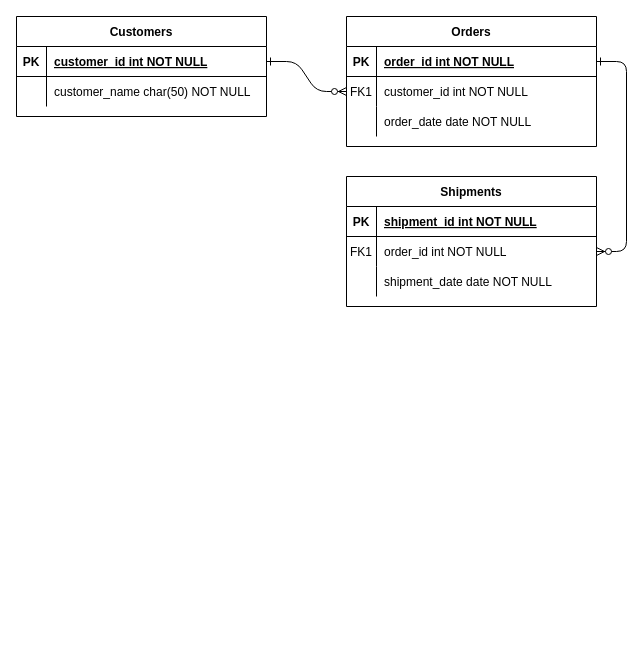
Earlier version of the draw.io diagram document/project-board-erd.drawio (CBNU-parasite/-). Source tidied: cells renumbered, new cells numbered last; positions are measured from the earlier drawing's top-left corner, leaving out a move shared by most shapes. Both pictures are drawn from the tidied source at 100%, with x=0, y=0 at pixel (16, 16).
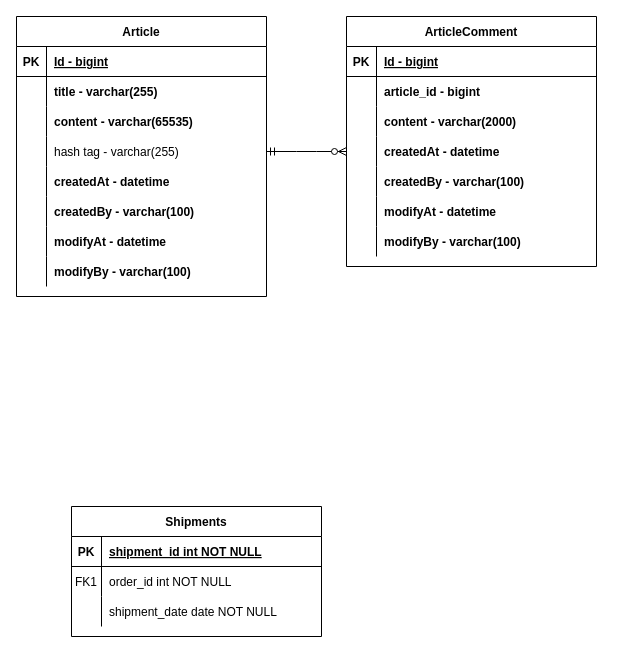
After the change.

Commit message:
complete board project erd

The change refers to these unchanged cells:
```xml
<mxCell id="18" style="shape=partialRectangle;fillColor=none;points=[[0,0.5],[1,0.5]];portConstraint=eastwest;top=0;left=0;right=0;bottom=0;" parent="14" vertex="1">
  <mxGeometry y="60" width="250" height="30" as="geometry" />
</mxCell>
<mxCell id="25" style="shape=partialRectangle;fillColor=none;points=[[0,0.5],[1,0.5]];portConstraint=eastwest;top=0;left=0;right=0;bottom=1;" parent="24" vertex="1">
  <mxGeometry y="30" width="250" height="30" as="geometry" />
</mxCell>
<mxCell id="28" style="shape=partialRectangle;fillColor=none;top=0;left=0;right=0;bottom=0;" parent="24" vertex="1">
  <mxGeometry y="60" width="250" height="30" as="geometry" />
</mxCell>
```

What changed in the source:
```diff
@@
-    <mxCell id="2" style="edgeStyle=entityRelationEdgeStyle;endArrow=ERzeroToMany;startArrow=ERone;endFill=1;startFill=0;" parent="1" edge="1" source="25" target="8">
-      <mxGeometry relative="1" as="geometry" />
-    </mxCell>
-    <mxCell id="3" style="edgeStyle=entityRelationEdgeStyle;endArrow=ERzeroToMany;startArrow=ERone;endFill=1;startFill=0;" parent="1" edge="1" source="5" target="18">
-      <mxGeometry relative="1" as="geometry" />
-    </mxCell>
-    <mxCell id="4" value="Orders" style="shape=table;startSize=30;childLayout=tableLayout;rowLines=0;fontStyle=1;align=center;" parent="1" vertex="1">
-      <mxGeometry x="330" width="250" height="130" as="geometry" />
-    </mxCell>
-    <mxCell id="5" style="shape=partialRectangle;fillColor=none;points=[[0,0.5],[1,0.5]];portConstraint=eastwest;top=0;left=0;right=0;bottom=1;" parent="4" vertex="1">
-      <mxGeometry y="30" width="250" height="30" as="geometry" />
-    </mxCell>
-    <mxCell id="6" value="PK" style="shape=partialRectangle;overflow=hidden;fillColor=none;top=0;left=0;bottom=0;right=0;fontStyle=1;" parent="5" vertex="1">
-      <mxGeometry width="30" height="30" as="geometry" />
-    </mxCell>
-    <mxCell id="7" value="order_id int NOT NULL " style="shape=partialRectangle;overflow=hidden;fillColor=none;top=0;left=0;bottom=0;right=0;align=left;spacingLeft=6;fontStyle=5;" parent="5" vertex="1">
-      <mxGeometry x="30" width="220" height="30" as="geometry" />
-    </mxCell>
-    <mxCell id="8" style="shape=partialRectangle;fillColor=none;points=[[0,0.5],[1,0.5]];portConstraint=eastwest;top=0;left=0;right=0;bottom=0;" parent="4" vertex="1">
-      <mxGeometry y="60" width="250" height="30" as="geometry" />
-    </mxCell>
-    <mxCell id="9" value="FK1" style="shape=partialRectangle;overflow=hidden;fillColor=none;top=0;left=0;bottom=0;right=0;" parent="8" vertex="1">
-      <mxGeometry width="30" height="30" as="geometry" />
-    </mxCell>
-    <mxCell id="10" value="customer_id int NOT NULL" style="shape=partialRectangle;overflow=hidden;fillColor=none;top=0;left=0;bottom=0;right=0;align=left;spacingLeft=6;" parent="8" vertex="1">
-      <mxGeometry x="30" width="220" height="30" as="geometry" />
-    </mxCell>
-    <mxCell id="11" style="shape=partialRectangle;fillColor=none;top=0;left=0;right=0;bottom=0;" parent="4" vertex="1">
-      <mxGeometry y="90" width="250" height="30" as="geometry" />
-    </mxCell>
-    <mxCell id="12" style="shape=partialRectangle;overflow=hidden;fillColor=none;top=0;left=0;bottom=0;right=0;" parent="11" vertex="1">
-      <mxGeometry width="30" height="30" as="geometry" />
-    </mxCell>
-    <mxCell id="13" value="order_date date NOT NULL" style="shape=partialRectangle;overflow=hidden;fillColor=none;top=0;left=0;bottom=0;right=0;align=left;spacingLeft=6;" parent="11" vertex="1">
-      <mxGeometry x="30" width="220" height="30" as="geometry" />
-    </mxCell>
     <mxCell id="14" value="Shipments" style="shape=table;startSize=30;childLayout=tableLayout;rowLines=0;fontStyle=1;align=center;" parent="1" vertex="1">
-      <mxGeometry x="330" y="160" width="250" height="130" as="geometry" />
+      <mxGeometry x="55" y="490" width="250" height="130" as="geometry" />
     </mxCell>
@@
-    <mxCell id="24" value="Customers" style="shape=table;startSize=30;childLayout=tableLayout;rowLines=0;fontStyle=1;align=center;" parent="1" vertex="1">
-      <mxGeometry width="250" height="100" as="geometry" />
+    <mxCell id="24" value="Article" style="shape=table;startSize=30;childLayout=tableLayout;rowLines=0;fontStyle=1;align=center;" parent="1" vertex="1">
+      <mxGeometry width="250" height="280" as="geometry" />
     </mxCell>
@@
-    <mxCell id="27" value="customer_id int NOT NULL " style="shape=partialRectangle;overflow=hidden;fillColor=none;top=0;left=0;bottom=0;right=0;align=left;spacingLeft=6;fontStyle=5;" parent="25" vertex="1">
+    <mxCell id="27" value="Id - bigint" style="shape=partialRectangle;overflow=hidden;fillColor=none;top=0;left=0;bottom=0;right=0;align=left;spacingLeft=6;fontStyle=5;" parent="25" vertex="1">
       <mxGeometry x="30" width="220" height="30" as="geometry" />
     </mxCell>
@@
-    <mxCell id="30" value="customer_name char(50) NOT NULL" style="shape=partialRectangle;overflow=hidden;fillColor=none;top=0;left=0;bottom=0;right=0;align=left;spacingLeft=6;" parent="28" vertex="1">
+    <mxCell id="30" value="title - varchar(255)" style="shape=partialRectangle;overflow=hidden;fillColor=none;top=0;left=0;bottom=0;right=0;align=left;spacingLeft=6;fontStyle=1;" parent="28" vertex="1">
       <mxGeometry x="30" width="220" height="30" as="geometry" />
     </mxCell>
+    <mxCell id="31" style="shape=partialRectangle;fillColor=none;top=0;left=0;right=0;bottom=0;" parent="24" vertex="1">
+      <mxGeometry y="90" width="250" height="30" as="geometry" />
+    </mxCell>
+    <mxCell id="32" style="shape=partialRectangle;overflow=hidden;fillColor=none;top=0;left=0;bottom=0;right=0;" parent="31" vertex="1">
+      <mxGeometry width="30" height="30" as="geometry" />
+    </mxCell>
+    <mxCell id="33" value="content - varchar(65535)" style="shape=partialRectangle;overflow=hidden;fillColor=none;top=0;left=0;bottom=0;right=0;align=left;spacingLeft=6;fontStyle=1;" parent="31" vertex="1">
+      <mxGeometry x="30" width="220" height="30" as="geometry" />
+    </mxCell>
+    <mxCell id="34" style="shape=partialRectangle;fillColor=none;points=[[0,0.5],[1,0.5]];portConstraint=eastwest;top=0;left=0;right=0;bottom=0;" parent="24" vertex="1">
+      <mxGeometry y="120" width="250" height="30" as="geometry" />
+    </mxCell>
+    <mxCell id="35" style="shape=partialRectangle;overflow=hidden;fillColor=none;top=0;left=0;bottom=0;right=0;" parent="34" vertex="1">
+      <mxGeometry width="30" height="30" as="geometry" />
+    </mxCell>
+    <mxCell id="36" value="hash tag - varchar(255)" style="shape=partialRectangle;overflow=hidden;fillColor=none;top=0;left=0;bottom=0;right=0;align=left;spacingLeft=6;" parent="34" vertex="1">
+      <mxGeometry x="30" width="220" height="30" as="geometry" />
+    </mxCell>
+    <mxCell id="37" style="shape=partialRectangle;fillColor=none;top=0;left=0;right=0;bottom=0;" parent="24" vertex="1">
+      <mxGeometry y="150" width="250" height="30" as="geometry" />
+    </mxCell>
+    <mxCell id="38" style="shape=partialRectangle;overflow=hidden;fillColor=none;top=0;left=0;bottom=0;right=0;" parent="37" vertex="1">
+      <mxGeometry width="30" height="30" as="geometry" />
+    </mxCell>
+    <mxCell id="39" value="createdAt - datetime" style="shape=partialRectangle;overflow=hidden;fillColor=none;top=0;left=0;bottom=0;right=0;align=left;spacingLeft=6;fontStyle=1;" parent="37" vertex="1">
+      <mxGeometry x="30" width="220" height="30" as="geometry" />
+    </mxCell>
+    <mxCell id="40" style="shape=partialRectangle;fillColor=none;top=0;left=0;right=0;bottom=0;" parent="24" vertex="1">
+      <mxGeometry y="180" width="250" height="30" as="geometry" />
+    </mxCell>
+    <mxCell id="41" style="shape=partialRectangle;overflow=hidden;fillColor=none;top=0;left=0;bottom=0;right=0;" parent="40" vertex="1">
+      <mxGeometry width="30" height="30" as="geometry" />
+    </mxCell>
+    <mxCell id="42" value="createdBy - varchar(100)" style="shape=partialRectangle;overflow=hidden;fillColor=none;top=0;left=0;bottom=0;right=0;align=left;spacingLeft=6;fontStyle=1;" parent="40" vertex="1">
+      <mxGeometry x="30" width="220" height="30" as="geometry" />
+    </mxCell>
+    <mxCell id="43" style="shape=partialRectangle;fillColor=none;top=0;left=0;right=0;bottom=0;" parent="24" vertex="1">
+      <mxGeometry y="210" width="250" height="30" as="geometry" />
+    </mxCell>
+    <mxCell id="44" style="shape=partialRectangle;overflow=hidden;fillColor=none;top=0;left=0;bottom=0;right=0;" parent="43" vertex="1">
+      <mxGeometry width="30" height="30" as="geometry" />
+    </mxCell>
+    <mxCell id="45" value="modifyAt - datetime" style="shape=partialRectangle;overflow=hidden;fillColor=none;top=0;left=0;bottom=0;right=0;align=left;spacingLeft=6;fontStyle=1;" parent="43" vertex="1">
+      <mxGeometry x="30" width="220" height="30" as="geometry" />
+    </mxCell>
+    <mxCell id="46" style="shape=partialRectangle;fillColor=none;top=0;left=0;right=0;bottom=0;" parent="24" vertex="1">
+      <mxGeometry y="240" width="250" height="30" as="geometry" />
+    </mxCell>
+    <mxCell id="47" style="shape=partialRectangle;overflow=hidden;fillColor=none;top=0;left=0;bottom=0;right=0;" parent="46" vertex="1">
+      <mxGeometry width="30" height="30" as="geometry" />
+    </mxCell>
+    <mxCell id="48" value="modifyBy - varchar(100)" style="shape=partialRectangle;overflow=hidden;fillColor=none;top=0;left=0;bottom=0;right=0;align=left;spacingLeft=6;fontStyle=1;" parent="46" vertex="1">
+      <mxGeometry x="30" width="220" height="30" as="geometry" />
+    </mxCell>
+    <mxCell id="49" value="ArticleComment" style="shape=table;startSize=30;childLayout=tableLayout;rowLines=0;fontStyle=1;align=center;" parent="1" vertex="1">
+      <mxGeometry x="330" width="250" height="250" as="geometry" />
+    </mxCell>
+    <mxCell id="5" style="shape=partialRectangle;fillColor=none;points=[[0,0.5],[1,0.5]];portConstraint=eastwest;top=0;left=0;right=0;bottom=1;" parent="49" vertex="1">
+      <mxGeometry y="30" width="250" height="30" as="geometry" />
+    </mxCell>
+    <mxCell id="6" value="PK" style="shape=partialRectangle;overflow=hidden;fillColor=none;top=0;left=0;bottom=0;right=0;fontStyle=1;" parent="5" vertex="1">
+      <mxGeometry width="30" height="30" as="geometry" />
+    </mxCell>
+    <mxCell id="50" value="Id - bigint" style="shape=partialRectangle;overflow=hidden;fillColor=none;top=0;left=0;bottom=0;right=0;align=left;spacingLeft=6;fontStyle=5;" parent="5" vertex="1">
+      <mxGeometry x="30" width="220" height="30" as="geometry" />
+    </mxCell>
+    <mxCell id="8" style="shape=partialRectangle;fillColor=none;points=[[0,0.5],[1,0.5]];portConstraint=eastwest;top=0;left=0;right=0;bottom=0;" parent="49" vertex="1">
+      <mxGeometry y="60" width="250" height="30" as="geometry" />
+    </mxCell>
+    <mxCell id="51" style="shape=partialRectangle;overflow=hidden;fillColor=none;top=0;left=0;bottom=0;right=0;" parent="8" vertex="1">
+      <mxGeometry width="30" height="30" as="geometry" />
+    </mxCell>
+    <mxCell id="52" value="article_id - bigint" style="shape=partialRectangle;overflow=hidden;fillColor=none;top=0;left=0;bottom=0;right=0;align=left;spacingLeft=6;fontStyle=1;" parent="8" vertex="1">
+      <mxGeometry x="30" width="220" height="30" as="geometry" />
+    </mxCell>
+    <mxCell id="53" style="shape=partialRectangle;fillColor=none;top=0;left=0;right=0;bottom=0;" parent="49" vertex="1">
+      <mxGeometry y="90" width="250" height="30" as="geometry" />
+    </mxCell>
+    <mxCell id="54" style="shape=partialRectangle;overflow=hidden;fillColor=none;top=0;left=0;bottom=0;right=0;" parent="53" vertex="1">
+      <mxGeometry width="30" height="30" as="geometry" />
+    </mxCell>
+    <mxCell id="55" value="content - varchar(2000)" style="shape=partialRectangle;overflow=hidden;fillColor=none;top=0;left=0;bottom=0;right=0;align=left;spacingLeft=6;fontStyle=1;" parent="53" vertex="1">
+      <mxGeometry x="30" width="220" height="30" as="geometry" />
+    </mxCell>
+    <mxCell id="56" style="shape=partialRectangle;fillColor=none;points=[[0,0.5],[1,0.5]];portConstraint=eastwest;top=0;left=0;right=0;bottom=0;" parent="49" vertex="1">
+      <mxGeometry y="120" width="250" height="30" as="geometry" />
+    </mxCell>
+    <mxCell id="57" style="shape=partialRectangle;overflow=hidden;fillColor=none;top=0;left=0;bottom=0;right=0;" parent="56" vertex="1">
+      <mxGeometry width="30" height="30" as="geometry" />
+    </mxCell>
+    <mxCell id="58" value="createdAt - datetime" style="shape=partialRectangle;overflow=hidden;fillColor=none;top=0;left=0;bottom=0;right=0;align=left;spacingLeft=6;fontStyle=1;" parent="56" vertex="1">
+      <mxGeometry x="30" width="220" height="30" as="geometry" />
+    </mxCell>
+    <mxCell id="59" style="shape=partialRectangle;fillColor=none;top=0;left=0;right=0;bottom=0;" parent="49" vertex="1">
+      <mxGeometry y="150" width="250" height="30" as="geometry" />
+    </mxCell>
+    <mxCell id="60" style="shape=partialRectangle;overflow=hidden;fillColor=none;top=0;left=0;bottom=0;right=0;" parent="59" vertex="1">
+      <mxGeometry width="30" height="30" as="geometry" />
+    </mxCell>
+    <mxCell id="61" value="createdBy - varchar(100)" style="shape=partialRectangle;overflow=hidden;fillColor=none;top=0;left=0;bottom=0;right=0;align=left;spacingLeft=6;fontStyle=1;" parent="59" vertex="1">
+      <mxGeometry x="30" width="220" height="30" as="geometry" />
+    </mxCell>
+    <mxCell id="62" style="shape=partialRectangle;fillColor=none;top=0;left=0;right=0;bottom=0;" parent="49" vertex="1">
+      <mxGeometry y="180" width="250" height="30" as="geometry" />
+    </mxCell>
+    <mxCell id="63" style="shape=partialRectangle;overflow=hidden;fillColor=none;top=0;left=0;bottom=0;right=0;" parent="62" vertex="1">
+      <mxGeometry width="30" height="30" as="geometry" />
+    </mxCell>
+    <mxCell id="64" value="modifyAt - datetime" style="shape=partialRectangle;overflow=hidden;fillColor=none;top=0;left=0;bottom=0;right=0;align=left;spacingLeft=6;fontStyle=1;" parent="62" vertex="1">
+      <mxGeometry x="30" width="220" height="30" as="geometry" />
+    </mxCell>
+    <mxCell id="65" style="shape=partialRectangle;fillColor=none;top=0;left=0;right=0;bottom=0;" parent="49" vertex="1">
+      <mxGeometry y="210" width="250" height="30" as="geometry" />
+    </mxCell>
+    <mxCell id="66" style="shape=partialRectangle;overflow=hidden;fillColor=none;top=0;left=0;bottom=0;right=0;" parent="65" vertex="1">
+      <mxGeometry width="30" height="30" as="geometry" />
+    </mxCell>
+    <mxCell id="67" value="modifyBy - varchar(100)" style="shape=partialRectangle;overflow=hidden;fillColor=none;top=0;left=0;bottom=0;right=0;align=left;spacingLeft=6;fontStyle=1;" parent="65" vertex="1">
+      <mxGeometry x="30" width="220" height="30" as="geometry" />
+    </mxCell>
+    <mxCell id="68" style="edgeStyle=entityRelationEdgeStyle;fontSize=12;html=1;endArrow=ERzeroToMany;startArrow=ERmandOne;rounded=0;exitX=1;exitY=0.5;exitDx=0;exitDy=0;entryX=0;entryY=0.5;entryDx=0;entryDy=0;" parent="1" edge="1" source="34" target="56">
+      <mxGeometry relative="1" as="geometry" />
+    </mxCell>
```
